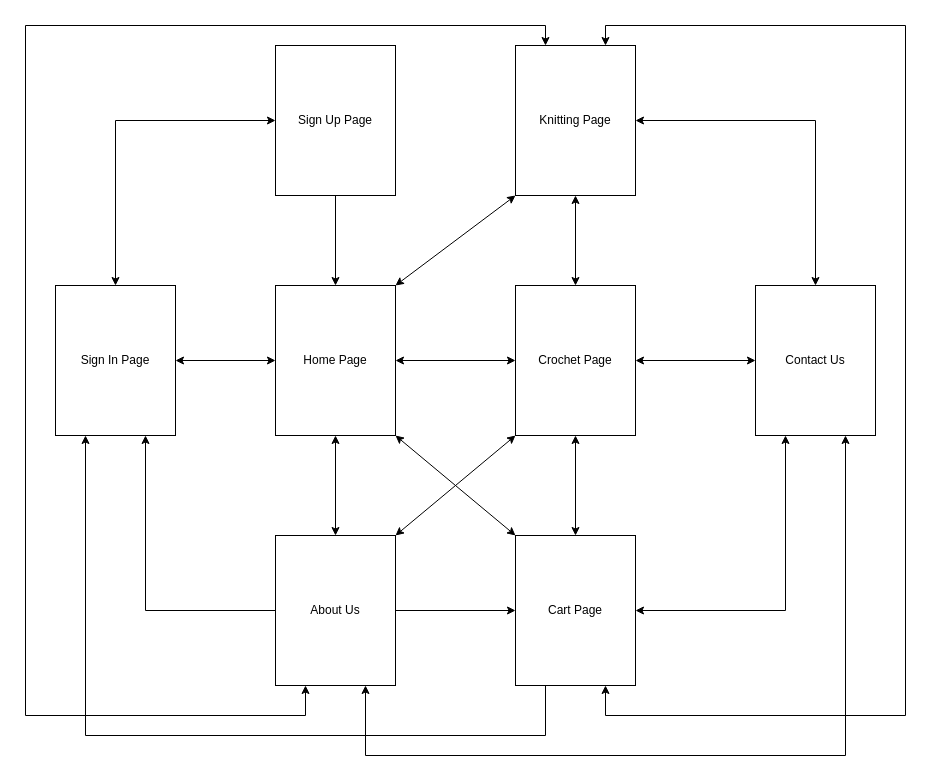
This is page "Site Map" (11 of 11) of Wireframe - home page.drawio from AlexzGut/FrontEnd-Final-Project, a draw.io file, before an edit. Source tidied: cells renumbered, new cells numbered last; positions are measured from the earlier drawing's top-left corner, leaving out a move shared by most shapes. Both pictures are drawn from the tidied source at 100%, with x=0, y=0 at pixel (25, 25).
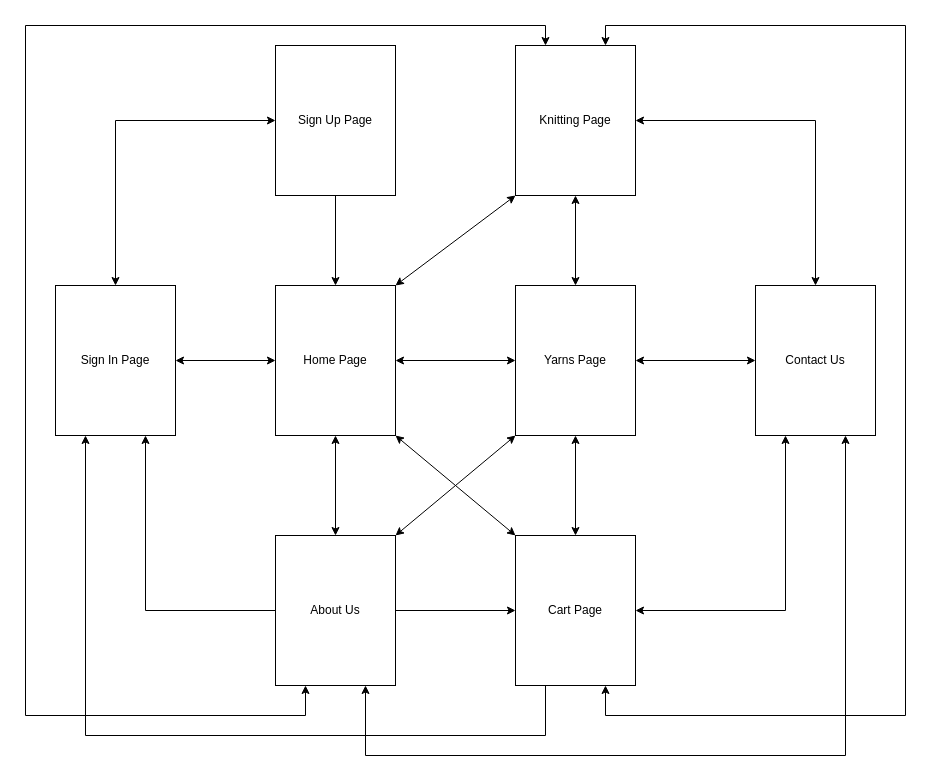
After the change.

What changed in the source:
```diff
@@
-    <mxCell id="23" value="Crochet Page" style="rounded=0;whiteSpace=wrap;html=1;" parent="1" vertex="1">
+    <mxCell id="23" value="Yarns Page" style="rounded=0;whiteSpace=wrap;html=1;" parent="1" vertex="1">
       <mxGeometry x="490" y="260" width="120" height="150" as="geometry" />
     </mxCell>
```
